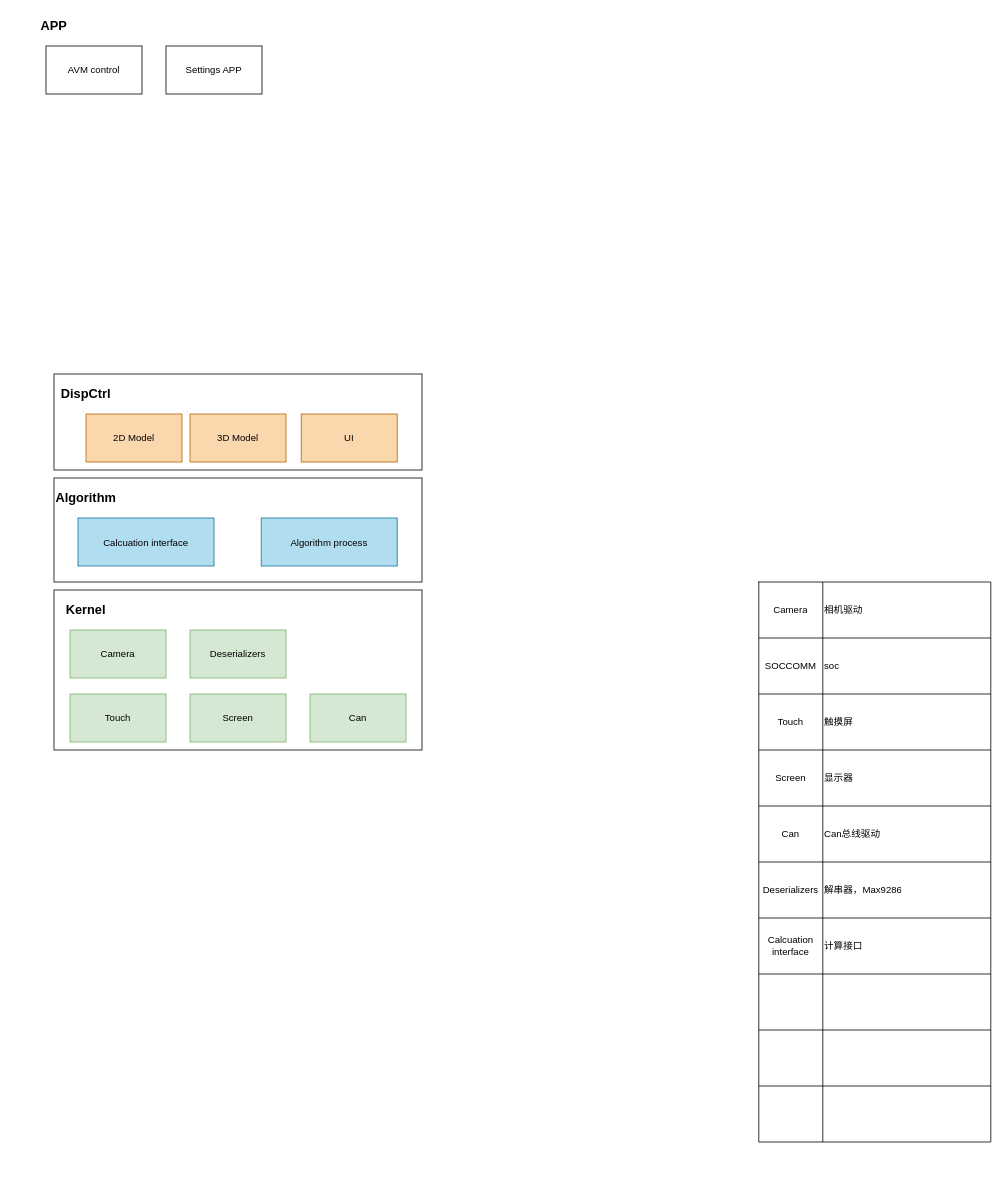
The draw.io diagram page "软件架构" (1 of 2) of AVM1.0.drawio in bugquella/diagrams, before the edit. Source tidied: cells renumbered, new cells numbered last; positions are measured from the earlier drawing's top-left corner, leaving out a move shared by most shapes. Both pictures are drawn from the tidied source at 80%, with x=0, y=0 at pixel (30, 14).
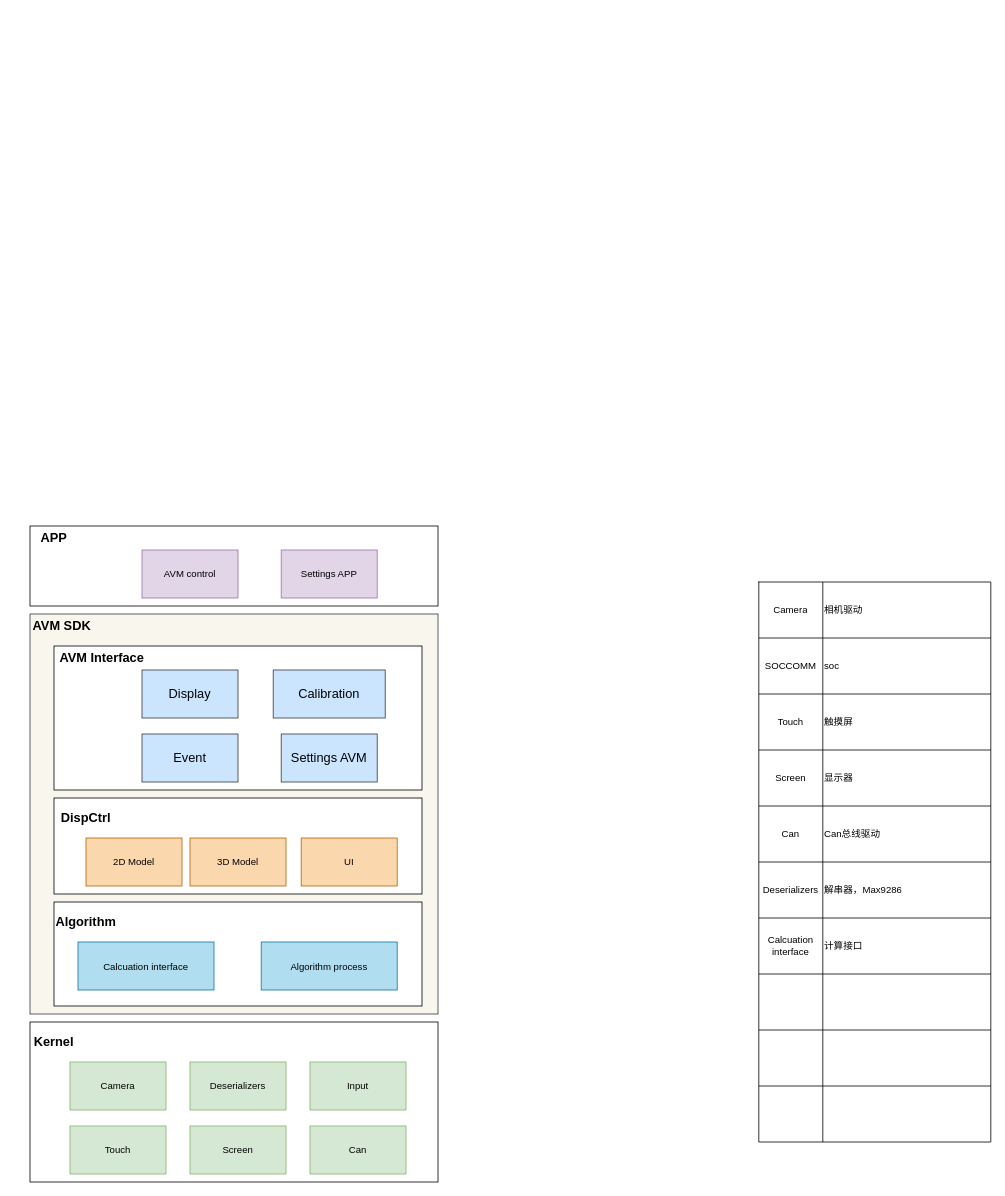
The same diagram, later.

Change to the diagram source:
```diff
@@
-    <mxCell id="2" style="rounded=0;whiteSpace=wrap;html=1;fontSize=12;" parent="1" vertex="1">
-      <mxGeometry x="30" y="450" width="460" height="120" as="geometry" />
-    </mxCell>
-    <mxCell id="3" style="rounded=0;whiteSpace=wrap;html=1;" parent="1" vertex="1">
-      <mxGeometry x="30" y="720" width="460" height="200" as="geometry" />
-    </mxCell>
-    <mxCell id="4" value="Touch" style="rounded=0;whiteSpace=wrap;html=1;fillColor=#d5e8d4;strokeColor=#82b366;" parent="1" vertex="1">
-      <mxGeometry x="50" y="850" width="120" height="60" as="geometry" />
-    </mxCell>
-    <mxCell id="5" value="Camera" style="rounded=0;whiteSpace=wrap;html=1;fillColor=#d5e8d4;strokeColor=#82b366;" parent="1" vertex="1">
-      <mxGeometry x="50" y="770" width="120" height="60" as="geometry" />
-    </mxCell>
-    <mxCell id="6" value="Screen" style="rounded=0;whiteSpace=wrap;html=1;fillColor=#d5e8d4;strokeColor=#82b366;" parent="1" vertex="1">
-      <mxGeometry x="200" y="850" width="120" height="60" as="geometry" />
-    </mxCell>
-    <mxCell id="7" value="Deserializers " style="rounded=0;whiteSpace=wrap;html=1;fillColor=#d5e8d4;strokeColor=#82b366;" parent="1" vertex="1">
-      <mxGeometry x="200" y="770" width="120" height="60" as="geometry" />
-    </mxCell>
-    <mxCell id="8" value="Can" style="rounded=0;whiteSpace=wrap;html=1;fillColor=#d5e8d4;strokeColor=#82b366;" parent="1" vertex="1">
-      <mxGeometry x="350" y="850" width="120" height="60" as="geometry" />
-    </mxCell>
@@
-    <mxCell id="40" value="&lt;font style=&quot;font-size: 16px&quot;&gt;&lt;b&gt;Kernel&lt;/b&gt;&lt;/font&gt;" style="text;html=1;strokeColor=none;fillColor=none;align=center;verticalAlign=middle;whiteSpace=wrap;rounded=0;" parent="1" vertex="1">
-      <mxGeometry x="40" y="730" width="60" height="30" as="geometry" />
-    </mxCell>
+    <mxCell id="52" style="group;" parent="1" vertex="1">
+      <mxGeometry x="-20" y="640" width="530" height="820" as="geometry" />
+    </mxCell>
+    <mxCell id="53" style="rounded=0;whiteSpace=wrap;html=1;fontSize=16;" parent="52" vertex="1">
+      <mxGeometry x="20" width="510" height="100" as="geometry" />
+    </mxCell>
+    <mxCell id="54" style="rounded=0;whiteSpace=wrap;html=1;fontSize=16;fillColor=#f9f7ed;strokeColor=#36393d;" parent="52" vertex="1">
+      <mxGeometry x="20" y="110" width="510" height="500" as="geometry" />
+    </mxCell>
+    <mxCell id="55" style="rounded=0;whiteSpace=wrap;html=1;fontSize=16;" parent="52" vertex="1">
+      <mxGeometry x="50" y="150" width="460" height="180" as="geometry" />
+    </mxCell>
+    <mxCell id="2" style="rounded=0;whiteSpace=wrap;html=1;fontSize=12;" parent="52" vertex="1">
+      <mxGeometry x="50" y="340" width="460" height="120" as="geometry" />
+    </mxCell>
-    <mxCell id="41" style="rounded=0;whiteSpace=wrap;html=1;fontSize=16;" parent="1" vertex="1">
-      <mxGeometry x="30" y="580" width="460" height="130" as="geometry" />
+    <mxCell id="41" style="rounded=0;whiteSpace=wrap;html=1;fontSize=16;" parent="52" vertex="1">
+      <mxGeometry x="50" y="470" width="460" height="130" as="geometry" />
     </mxCell>
-    <mxCell id="42" value="&lt;b&gt;Algorithm&lt;/b&gt;" style="text;html=1;strokeColor=none;fillColor=none;align=center;verticalAlign=middle;whiteSpace=wrap;rounded=0;fontSize=16;" parent="1" vertex="1">
-      <mxGeometry x="40" y="590" width="60" height="30" as="geometry" />
+    <mxCell id="42" value="&lt;b&gt;Algorithm&lt;/b&gt;" style="text;html=1;strokeColor=none;fillColor=none;align=center;verticalAlign=middle;whiteSpace=wrap;rounded=0;fontSize=16;" parent="52" vertex="1">
+      <mxGeometry x="60" y="480" width="60" height="30" as="geometry" />
     </mxCell>
-    <mxCell id="43" value="&lt;font style=&quot;font-size: 12px&quot;&gt;Calcuation interface&lt;/font&gt;" style="rounded=0;whiteSpace=wrap;html=1;fontSize=16;fillColor=#b1ddf0;strokeColor=#10739e;" parent="1" vertex="1">
-      <mxGeometry x="60" y="630" width="170" height="60" as="geometry" />
+    <mxCell id="43" value="&lt;font style=&quot;font-size: 12px&quot;&gt;Calcuation interface&lt;/font&gt;" style="rounded=0;whiteSpace=wrap;html=1;fontSize=16;fillColor=#b1ddf0;strokeColor=#10739e;" parent="52" vertex="1">
+      <mxGeometry x="80" y="520" width="170" height="60" as="geometry" />
     </mxCell>
-    <mxCell id="44" value="&lt;font style=&quot;font-size: 12px&quot;&gt;Algorithm process&lt;/font&gt;" style="rounded=0;whiteSpace=wrap;html=1;fontSize=16;fillColor=#b1ddf0;strokeColor=#10739e;" parent="1" vertex="1">
-      <mxGeometry x="289" y="630" width="170" height="60" as="geometry" />
+    <mxCell id="44" value="&lt;font style=&quot;font-size: 12px&quot;&gt;Algorithm process&lt;/font&gt;" style="rounded=0;whiteSpace=wrap;html=1;fontSize=16;fillColor=#b1ddf0;strokeColor=#10739e;" parent="52" vertex="1">
+      <mxGeometry x="309" y="520" width="170" height="60" as="geometry" />
     </mxCell>
-    <mxCell id="45" value="&lt;b&gt;&lt;font style=&quot;font-size: 16px&quot;&gt;DispCtrl&lt;/font&gt;&lt;/b&gt;" style="text;html=1;strokeColor=none;fillColor=none;align=center;verticalAlign=middle;whiteSpace=wrap;rounded=0;fontSize=12;" parent="1" vertex="1">
-      <mxGeometry x="40" y="460" width="60" height="30" as="geometry" />
+    <mxCell id="45" value="&lt;b&gt;&lt;font style=&quot;font-size: 16px&quot;&gt;DispCtrl&lt;/font&gt;&lt;/b&gt;" style="text;html=1;strokeColor=none;fillColor=none;align=center;verticalAlign=middle;whiteSpace=wrap;rounded=0;fontSize=12;" parent="52" vertex="1">
+      <mxGeometry x="60" y="350" width="60" height="30" as="geometry" />
     </mxCell>
-    <mxCell id="46" value="2D Model" style="rounded=0;whiteSpace=wrap;html=1;fontSize=12;fillColor=#fad7ac;strokeColor=#b46504;" parent="1" vertex="1">
-      <mxGeometry x="70" y="500" width="120" height="60" as="geometry" />
+    <mxCell id="46" value="2D Model" style="rounded=0;whiteSpace=wrap;html=1;fontSize=12;fillColor=#fad7ac;strokeColor=#b46504;" parent="52" vertex="1">
+      <mxGeometry x="90" y="390" width="120" height="60" as="geometry" />
     </mxCell>
-    <mxCell id="47" value="3D Model" style="rounded=0;whiteSpace=wrap;html=1;fontSize=12;fillColor=#fad7ac;strokeColor=#b46504;" parent="1" vertex="1">
-      <mxGeometry x="200" y="500" width="120" height="60" as="geometry" />
+    <mxCell id="47" value="3D Model" style="rounded=0;whiteSpace=wrap;html=1;fontSize=12;fillColor=#fad7ac;strokeColor=#b46504;" parent="52" vertex="1">
+      <mxGeometry x="220" y="390" width="120" height="60" as="geometry" />
     </mxCell>
-    <mxCell id="48" value="UI" style="rounded=0;whiteSpace=wrap;html=1;fontSize=12;fillColor=#fad7ac;strokeColor=#b46504;" parent="1" vertex="1">
-      <mxGeometry x="339" y="500" width="120" height="60" as="geometry" />
+    <mxCell id="48" value="UI" style="rounded=0;whiteSpace=wrap;html=1;fontSize=12;fillColor=#fad7ac;strokeColor=#b46504;" parent="52" vertex="1">
+      <mxGeometry x="359" y="390" width="120" height="60" as="geometry" />
     </mxCell>
-    <mxCell id="49" value="AVM control" style="rounded=0;whiteSpace=wrap;html=1;fontSize=12;" parent="1" vertex="1">
-      <mxGeometry x="20" y="40" width="120" height="60" as="geometry" />
+    <mxCell id="49" value="AVM control" style="rounded=0;whiteSpace=wrap;html=1;fontSize=12;fillColor=#e1d5e7;strokeColor=#9673a6;" parent="52" vertex="1">
+      <mxGeometry x="160" y="30" width="120" height="60" as="geometry" />
     </mxCell>
-    <mxCell id="50" value="Settings APP " style="rounded=0;whiteSpace=wrap;html=1;fontSize=12;" parent="1" vertex="1">
-      <mxGeometry x="170" y="40" width="120" height="60" as="geometry" />
+    <mxCell id="50" value="Settings APP " style="rounded=0;whiteSpace=wrap;html=1;fontSize=12;fillColor=#e1d5e7;strokeColor=#9673a6;" parent="52" vertex="1">
+      <mxGeometry x="334" y="30" width="120" height="60" as="geometry" />
     </mxCell>
-    <mxCell id="51" value="&lt;font style=&quot;font-size: 16px&quot;&gt;&lt;b&gt;APP&lt;/b&gt;&lt;/font&gt;" style="text;html=1;strokeColor=none;fillColor=none;align=center;verticalAlign=middle;whiteSpace=wrap;rounded=0;fontSize=12;" parent="1" vertex="1">
-      <mxGeometry width="60" height="30" as="geometry" />
+    <mxCell id="51" value="&lt;font style=&quot;font-size: 16px&quot;&gt;&lt;b&gt;APP&lt;/b&gt;&lt;/font&gt;" style="text;html=1;strokeColor=none;fillColor=none;align=center;verticalAlign=middle;whiteSpace=wrap;rounded=0;fontSize=12;" parent="52" vertex="1">
+      <mxGeometry x="20" width="60" height="30" as="geometry" />
     </mxCell>
+    <mxCell id="56" value="&lt;b&gt;AVM Interface&lt;/b&gt;" style="text;html=1;strokeColor=none;fillColor=none;align=center;verticalAlign=middle;whiteSpace=wrap;rounded=0;fontSize=16;" parent="52" vertex="1">
+      <mxGeometry y="150" width="220" height="30" as="geometry" />
+    </mxCell>
+    <mxCell id="57" value="Event " style="rounded=0;whiteSpace=wrap;html=1;fontSize=16;fillColor=#cce5ff;strokeColor=#36393d;" parent="52" vertex="1">
+      <mxGeometry x="160" y="260" width="120" height="60" as="geometry" />
+    </mxCell>
+    <mxCell id="58" value="Calibration" style="rounded=0;whiteSpace=wrap;html=1;fontSize=16;fillColor=#cce5ff;strokeColor=#36393d;" parent="52" vertex="1">
+      <mxGeometry x="324" y="180" width="140" height="60" as="geometry" />
+    </mxCell>
+    <mxCell id="59" value="Settings AVM " style="rounded=0;whiteSpace=wrap;html=1;fontSize=16;fillColor=#cce5ff;strokeColor=#36393d;" parent="52" vertex="1">
+      <mxGeometry x="334" y="260" width="120" height="60" as="geometry" />
+    </mxCell>
+    <mxCell id="60" value="Display" style="rounded=0;whiteSpace=wrap;html=1;fontSize=16;fillColor=#cce5ff;strokeColor=#36393d;" parent="52" vertex="1">
+      <mxGeometry x="160" y="180" width="120" height="60" as="geometry" />
+    </mxCell>
+    <mxCell id="3" style="rounded=0;whiteSpace=wrap;html=1;" parent="52" vertex="1">
+      <mxGeometry x="20" y="620" width="510" height="200" as="geometry" />
+    </mxCell>
+    <mxCell id="4" value="Touch" style="rounded=0;whiteSpace=wrap;html=1;fillColor=#d5e8d4;strokeColor=#82b366;" parent="52" vertex="1">
+      <mxGeometry x="70" y="750" width="120" height="60" as="geometry" />
+    </mxCell>
+    <mxCell id="5" value="Camera" style="rounded=0;whiteSpace=wrap;html=1;fillColor=#d5e8d4;strokeColor=#82b366;" parent="52" vertex="1">
+      <mxGeometry x="70" y="670" width="120" height="60" as="geometry" />
+    </mxCell>
+    <mxCell id="6" value="Screen" style="rounded=0;whiteSpace=wrap;html=1;fillColor=#d5e8d4;strokeColor=#82b366;" parent="52" vertex="1">
+      <mxGeometry x="220" y="750" width="120" height="60" as="geometry" />
+    </mxCell>
+    <mxCell id="7" value="Deserializers " style="rounded=0;whiteSpace=wrap;html=1;fillColor=#d5e8d4;strokeColor=#82b366;" parent="52" vertex="1">
+      <mxGeometry x="220" y="670" width="120" height="60" as="geometry" />
+    </mxCell>
+    <mxCell id="8" value="Can" style="rounded=0;whiteSpace=wrap;html=1;fillColor=#d5e8d4;strokeColor=#82b366;" parent="52" vertex="1">
+      <mxGeometry x="370" y="750" width="120" height="60" as="geometry" />
+    </mxCell>
+    <mxCell id="40" value="&lt;font style=&quot;font-size: 16px&quot;&gt;&lt;b&gt;Kernel&lt;/b&gt;&lt;/font&gt;" style="text;html=1;strokeColor=none;fillColor=none;align=center;verticalAlign=middle;whiteSpace=wrap;rounded=0;" parent="52" vertex="1">
+      <mxGeometry x="20" y="630" width="60" height="30" as="geometry" />
+    </mxCell>
+    <mxCell id="61" value="Input" style="rounded=0;whiteSpace=wrap;html=1;fillColor=#d5e8d4;strokeColor=#82b366;" parent="52" vertex="1">
+      <mxGeometry x="370" y="670" width="120" height="60" as="geometry" />
+    </mxCell>
+    <mxCell id="62" value="&lt;b&gt;AVM SDK&lt;/b&gt;" style="text;html=1;strokeColor=none;fillColor=none;align=center;verticalAlign=middle;whiteSpace=wrap;rounded=0;fontSize=16;" parent="52" vertex="1">
+      <mxGeometry x="20" y="110" width="80" height="30" as="geometry" />
+    </mxCell>
```
